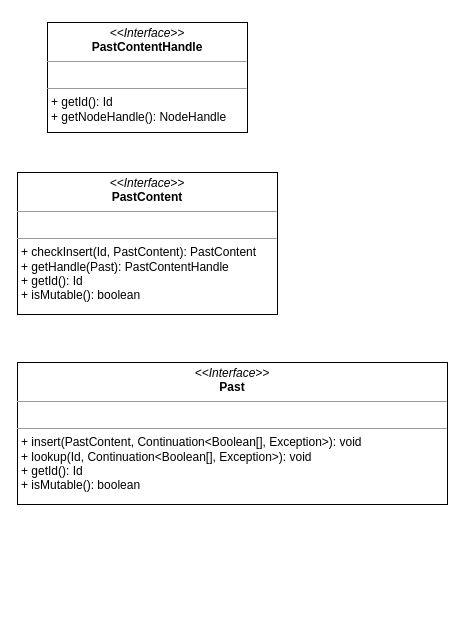
Above: PastryPast.drawio in OneOverThree/PastryTest (draw.io), before the change. Source tidied: cells renumbered, new cells numbered last; positions are measured from the earlier drawing's top-left corner, leaving out a move shared by most shapes. Both pictures are drawn from the tidied source at 100%, with x=0, y=0 at pixel (17, 22).
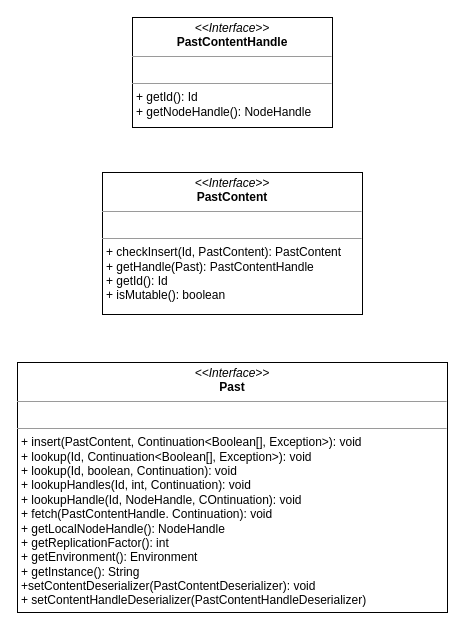
The same page after the edit.

The edit, as a diff of the source:
```diff
@@
 <mxGraphModel>
   <root>
     <mxCell id="0" />
     <mxCell id="1" parent="0" />
     <mxCell id="2" value="&lt;p style=&quot;margin:0px;margin-top:4px;text-align:center;&quot;&gt;&lt;i&gt;&amp;lt;&amp;lt;Interface&amp;gt;&amp;gt;&lt;/i&gt;&lt;br&gt;&lt;b&gt;PastContent&lt;/b&gt;&lt;/p&gt;&lt;hr size=&quot;1&quot;&gt;&lt;p style=&quot;margin:0px;margin-left:4px;&quot;&gt;&lt;br&gt;&lt;/p&gt;&lt;hr size=&quot;1&quot;&gt;&lt;p style=&quot;margin:0px;margin-left:4px;&quot;&gt;+ checkInsert(Id, PastContent): PastContent&lt;/p&gt;&lt;p style=&quot;margin:0px;margin-left:4px;&quot;&gt;+ getHandle(Past): PastContentHandle&lt;br&gt;&lt;/p&gt;&lt;p style=&quot;margin:0px;margin-left:4px;&quot;&gt;+ getId(): Id&lt;/p&gt;&lt;p style=&quot;margin:0px;margin-left:4px;&quot;&gt;+ isMutable(): boolean&lt;/p&gt;" style="verticalAlign=top;align=left;overflow=fill;fontSize=12;fontFamily=Helvetica;html=1;rounded=0;shadow=0;comic=0;labelBackgroundColor=none;strokeWidth=1;" parent="1" vertex="1">
-      <mxGeometry y="150" width="260" height="142" as="geometry" />
+      <mxGeometry x="85" y="150" width="260" height="142" as="geometry" />
     </mxCell>
     <mxCell id="3" value="&lt;p style=&quot;margin:0px;margin-top:4px;text-align:center;&quot;&gt;&lt;i&gt;&amp;lt;&amp;lt;Interface&amp;gt;&amp;gt;&lt;/i&gt;&lt;br&gt;&lt;b&gt;PastContentHandle&lt;/b&gt;&lt;/p&gt;&lt;hr size=&quot;1&quot;&gt;&lt;p style=&quot;margin:0px;margin-left:4px;&quot;&gt;&lt;br&gt;&lt;/p&gt;&lt;hr size=&quot;1&quot;&gt;&lt;p style=&quot;margin:0px;margin-left:4px;&quot;&gt;&lt;span style=&quot;background-color: initial;&quot;&gt;+ getId(): Id&lt;/span&gt;&lt;br&gt;&lt;/p&gt;&lt;p style=&quot;margin:0px;margin-left:4px;&quot;&gt;+ getNodeHandle(): NodeHandle&lt;/p&gt;" style="verticalAlign=top;align=left;overflow=fill;fontSize=12;fontFamily=Helvetica;html=1;rounded=0;shadow=0;comic=0;labelBackgroundColor=none;strokeWidth=1;" parent="1" vertex="1">
-      <mxGeometry x="30" width="200" height="110" as="geometry" />
+      <mxGeometry x="115" y="-5" width="200" height="110" as="geometry" />
     </mxCell>
-    <mxCell id="4" value="&lt;p style=&quot;margin:0px;margin-top:4px;text-align:center;&quot;&gt;&lt;i&gt;&amp;lt;&amp;lt;Interface&amp;gt;&amp;gt;&lt;/i&gt;&lt;br&gt;&lt;b&gt;Past&lt;/b&gt;&lt;/p&gt;&lt;hr size=&quot;1&quot;&gt;&lt;p style=&quot;margin:0px;margin-left:4px;&quot;&gt;&lt;br&gt;&lt;/p&gt;&lt;hr size=&quot;1&quot;&gt;&lt;p style=&quot;margin:0px;margin-left:4px;&quot;&gt;+ insert(PastContent, Continuation&amp;lt;Boolean[], Exception&amp;gt;): void&lt;/p&gt;&lt;p style=&quot;margin:0px;margin-left:4px;&quot;&gt;+ lookup(Id, Continuation&amp;lt;Boolean[], Exception&amp;gt;): void&lt;/p&gt;&lt;p style=&quot;margin:0px;margin-left:4px;&quot;&gt;+ getId(): Id&lt;/p&gt;&lt;p style=&quot;margin:0px;margin-left:4px;&quot;&gt;+ isMutable(): boolean&lt;/p&gt;" style="verticalAlign=top;align=left;overflow=fill;fontSize=12;fontFamily=Helvetica;html=1;rounded=0;shadow=0;comic=0;labelBackgroundColor=none;strokeWidth=1;" parent="1" vertex="1">
-      <mxGeometry y="340" width="430" height="142" as="geometry" />
+    <mxCell id="4" value="&lt;p style=&quot;margin:0px;margin-top:4px;text-align:center;&quot;&gt;&lt;i&gt;&amp;lt;&amp;lt;Interface&amp;gt;&amp;gt;&lt;/i&gt;&lt;br&gt;&lt;b&gt;Past&lt;/b&gt;&lt;/p&gt;&lt;hr size=&quot;1&quot;&gt;&lt;p style=&quot;margin:0px;margin-left:4px;&quot;&gt;&lt;br&gt;&lt;/p&gt;&lt;hr size=&quot;1&quot;&gt;&lt;p style=&quot;margin:0px;margin-left:4px;&quot;&gt;+ insert(PastContent, Continuation&amp;lt;Boolean[], Exception&amp;gt;): void&lt;/p&gt;&lt;p style=&quot;margin:0px;margin-left:4px;&quot;&gt;+ lookup(Id, Continuation&amp;lt;Boolean[], Exception&amp;gt;): void&lt;/p&gt;&lt;p style=&quot;margin:0px;margin-left:4px;&quot;&gt;+ lookup(Id, boolean, Continuation): void&lt;/p&gt;&lt;p style=&quot;margin:0px;margin-left:4px;&quot;&gt;+ lookupHandles(Id, int, Continuation): void&lt;/p&gt;&lt;p style=&quot;margin:0px;margin-left:4px;&quot;&gt;+ lookupHandle(Id, NodeHandle, COntinuation): void&lt;/p&gt;&lt;p style=&quot;margin:0px;margin-left:4px;&quot;&gt;+ fetch(PastContentHandle. Continuation): void&lt;/p&gt;&lt;p style=&quot;margin:0px;margin-left:4px;&quot;&gt;+ getLocalNodeHandle(): NodeHandle&lt;/p&gt;&lt;p style=&quot;margin:0px;margin-left:4px;&quot;&gt;+ getReplicationFactor(): int&lt;/p&gt;&lt;p style=&quot;margin:0px;margin-left:4px;&quot;&gt;+ getEnvironment(): Environment&lt;/p&gt;&lt;p style=&quot;margin:0px;margin-left:4px;&quot;&gt;+ getInstance(): String&lt;/p&gt;&lt;p style=&quot;margin:0px;margin-left:4px;&quot;&gt;+setContentDeserializer(PastContentDeserializer): void&lt;/p&gt;&lt;p style=&quot;margin:0px;margin-left:4px;&quot;&gt;+ setContentHandleDeserializer(PastContentHandleDeserializer)&lt;/p&gt;" style="verticalAlign=top;align=left;overflow=fill;fontSize=12;fontFamily=Helvetica;html=1;rounded=0;shadow=0;comic=0;labelBackgroundColor=none;strokeWidth=1;" parent="1" vertex="1">
+      <mxGeometry y="340" width="430" height="250" as="geometry" />
     </mxCell>
   </root>
 </mxGraphModel>
```
